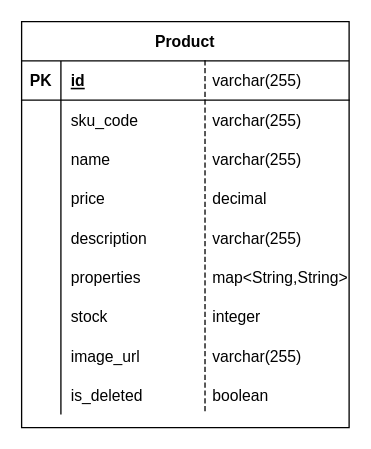
The draw.io diagram product-service/documentation/database/product-service-model.drawio in bogdanmilojevic/micro-commerce, before the edit. Source tidied: cells renumbered, new cells numbered last; positions are measured from the earlier drawing's top-left corner, leaving out a move shared by most shapes. Both pictures are drawn from the tidied source at 131%, with x=0, y=0 at pixel (21, 21).
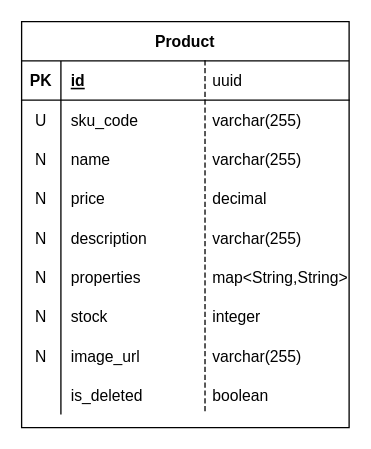
Above is the later version.

Commit message (it also covers changes not shown here):
Change table name to plural, change id type to UUID and add constructor for generation of uuid

The change refers to these unchanged cells:
```xml
<mxCell id="6" style="shape=partialRectangle;fillColor=none;top=0;left=0;right=0;bottom=0;" parent="2" vertex="1">
  <mxGeometry y="60" width="250" height="30" as="geometry" />
</mxCell>
<mxCell id="9" style="shape=partialRectangle;fillColor=none;top=0;left=0;right=0;bottom=0;" parent="2" vertex="1">
  <mxGeometry y="90" width="250" height="30" as="geometry" />
</mxCell>
<mxCell id="12" style="shape=partialRectangle;fillColor=none;top=0;left=0;right=0;bottom=0;" parent="2" vertex="1">
  <mxGeometry y="120" width="250" height="30" as="geometry" />
</mxCell>
<mxCell id="15" style="shape=partialRectangle;fillColor=none;top=0;left=0;right=0;bottom=0;" parent="2" vertex="1">
  <mxGeometry y="150" width="250" height="30" as="geometry" />
</mxCell>
<mxCell id="18" style="shape=partialRectangle;fillColor=none;top=0;left=0;right=0;bottom=0;" parent="2" vertex="1">
  <mxGeometry y="180" width="250" height="30" as="geometry" />
</mxCell>
<mxCell id="21" style="shape=partialRectangle;fillColor=none;top=0;left=0;right=0;bottom=0;" parent="2" vertex="1">
  <mxGeometry y="210" width="250" height="30" as="geometry" />
</mxCell>
<mxCell id="24" style="shape=partialRectangle;fillColor=none;top=0;left=0;right=0;bottom=0;" parent="2" vertex="1">
  <mxGeometry y="240" width="250" height="30" as="geometry" />
</mxCell>
```

Diff of the diagram source:
```diff
@@
-    <mxCell id="7" style="shape=partialRectangle;overflow=hidden;fillColor=none;top=0;left=0;bottom=0;right=0;" parent="6" vertex="1">
+    <mxCell id="7" value="U" style="shape=partialRectangle;overflow=hidden;fillColor=none;top=0;left=0;bottom=0;right=0;" parent="6" vertex="1">
       <mxGeometry width="30" height="30" as="geometry" />
     </mxCell>
@@
-    <mxCell id="10" style="shape=partialRectangle;overflow=hidden;fillColor=none;top=0;left=0;bottom=0;right=0;" parent="9" vertex="1">
+    <mxCell id="10" value="N" style="shape=partialRectangle;overflow=hidden;fillColor=none;top=0;left=0;bottom=0;right=0;" parent="9" vertex="1">
       <mxGeometry width="30" height="30" as="geometry" />
     </mxCell>
@@
-    <mxCell id="13" style="shape=partialRectangle;overflow=hidden;fillColor=none;top=0;left=0;bottom=0;right=0;" parent="12" vertex="1">
+    <mxCell id="13" value="N" style="shape=partialRectangle;overflow=hidden;fillColor=none;top=0;left=0;bottom=0;right=0;" parent="12" vertex="1">
       <mxGeometry width="30" height="30" as="geometry" />
     </mxCell>
@@
-    <mxCell id="16" style="shape=partialRectangle;overflow=hidden;fillColor=none;top=0;left=0;bottom=0;right=0;" parent="15" vertex="1">
+    <mxCell id="16" value="N" style="shape=partialRectangle;overflow=hidden;fillColor=none;top=0;left=0;bottom=0;right=0;" parent="15" vertex="1">
       <mxGeometry width="30" height="30" as="geometry" />
     </mxCell>
@@
-    <mxCell id="19" style="shape=partialRectangle;overflow=hidden;fillColor=none;top=0;left=0;bottom=0;right=0;" parent="18" vertex="1">
+    <mxCell id="19" value="N" style="shape=partialRectangle;overflow=hidden;fillColor=none;top=0;left=0;bottom=0;right=0;" parent="18" vertex="1">
       <mxGeometry width="30" height="30" as="geometry" />
     </mxCell>
@@
-    <mxCell id="22" style="shape=partialRectangle;overflow=hidden;fillColor=none;top=0;left=0;bottom=0;right=0;" parent="21" vertex="1">
+    <mxCell id="22" value="N" style="shape=partialRectangle;overflow=hidden;fillColor=none;top=0;left=0;bottom=0;right=0;" parent="21" vertex="1">
       <mxGeometry width="30" height="30" as="geometry" />
     </mxCell>
@@
-    <mxCell id="25" style="shape=partialRectangle;overflow=hidden;fillColor=none;top=0;left=0;bottom=0;right=0;" parent="24" vertex="1">
+    <mxCell id="25" value="N" style="shape=partialRectangle;overflow=hidden;fillColor=none;top=0;left=0;bottom=0;right=0;" parent="24" vertex="1">
       <mxGeometry width="30" height="30" as="geometry" />
     </mxCell>
@@
-    <mxCell id="30" value="varchar(255)" style="shape=partialRectangle;fillColor=none;align=left;verticalAlign=middle;strokeColor=none;spacingLeft=34;" parent="1" vertex="1">
+    <mxCell id="30" value="uuid" style="shape=partialRectangle;fillColor=none;align=left;verticalAlign=middle;strokeColor=none;spacingLeft=34;" parent="1" vertex="1">
       <mxGeometry x="110" y="30" width="90" height="30" as="geometry" />
     </mxCell>
```
